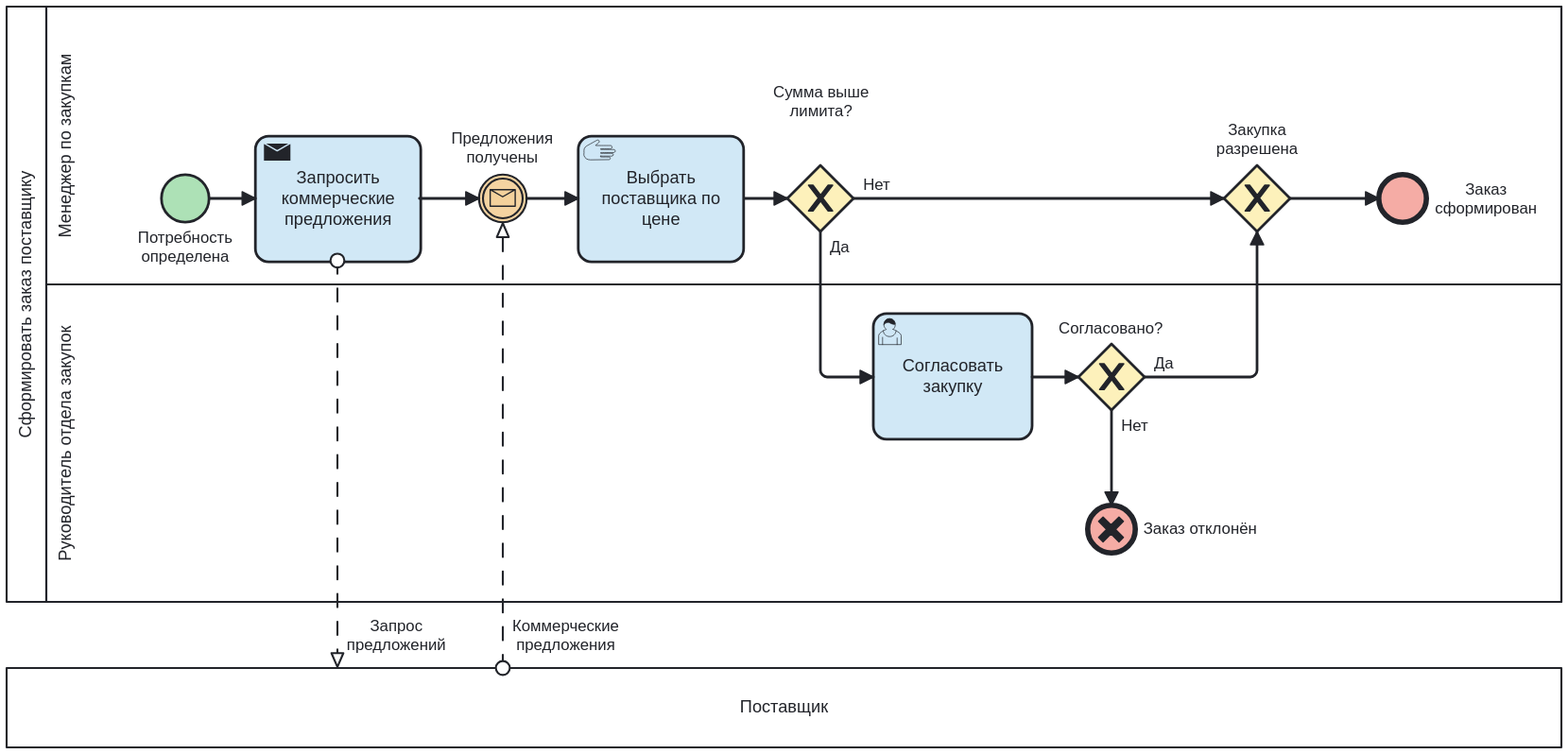
Above: img/podbor_as_is.svg in VadFaipin1/sppr-vybor-postavshchika (BPMN), before the change. Its source is kept beside it as bpmn/podbor_as_is.bpmn. Ids are renumbered.
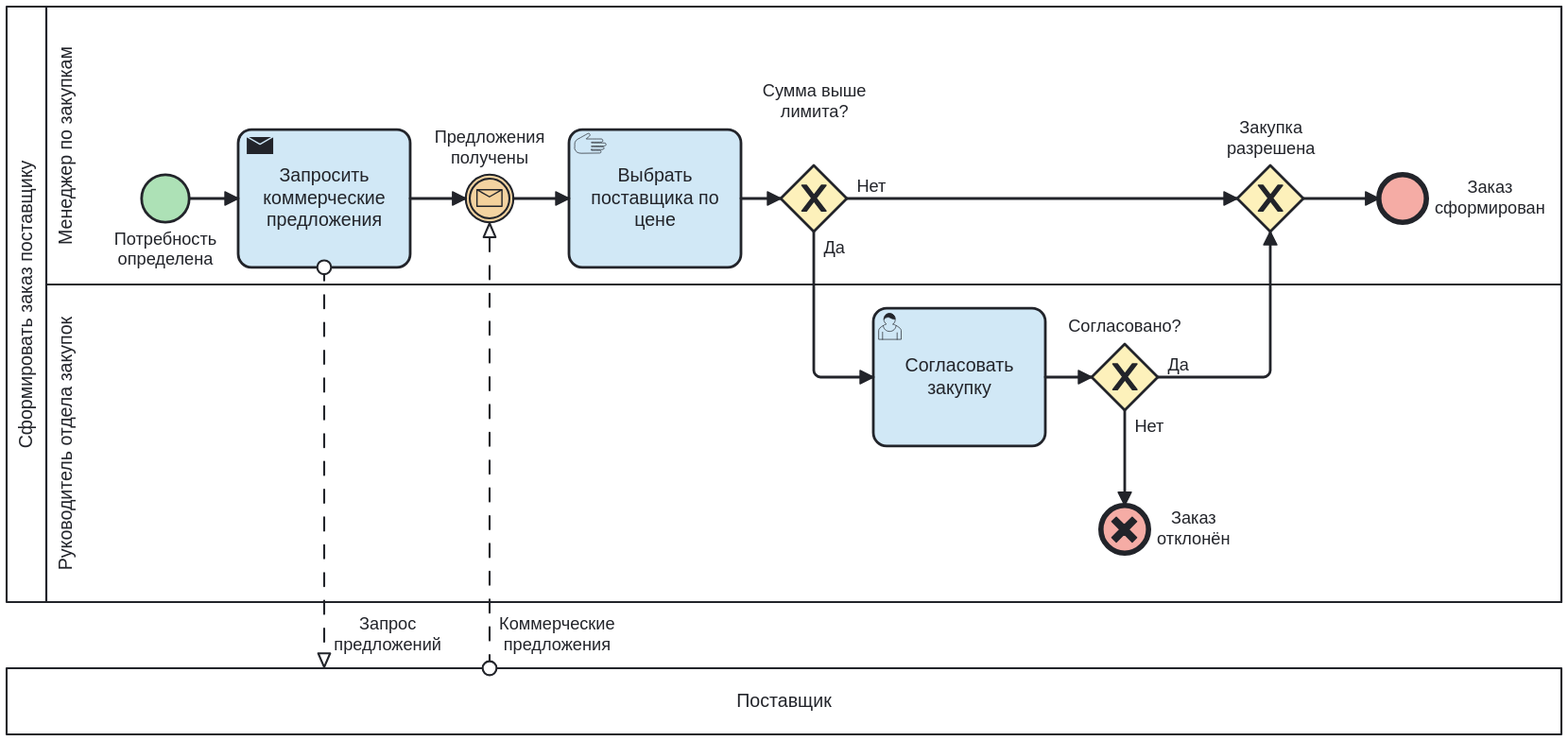
The same diagram one commit later.

Diff of the diagram source:
```diff
@@ -17,7 +17,7 @@
 <bpmn:exclusiveGateway id="Gateway_11" name="Сумма выше&#10;лимита?"><bpmn:incoming>Flow_21</bpmn:incoming><bpmn:outgoing>Flow_22</bpmn:outgoing><bpmn:outgoing>Flow_26</bpmn:outgoing></bpmn:exclusiveGateway>
 <bpmn:userTask id="Activity_12" name="Согласовать закупку"><bpmn:incoming>Flow_22</bpmn:incoming><bpmn:outgoing>Flow_23</bpmn:outgoing></bpmn:userTask>
 <bpmn:exclusiveGateway id="Gateway_13" name="Согласовано?"><bpmn:incoming>Flow_23</bpmn:incoming><bpmn:outgoing>Flow_24</bpmn:outgoing><bpmn:outgoing>Flow_25</bpmn:outgoing></bpmn:exclusiveGateway>
-<bpmn:endEvent id="Event_14" name="Заказ отклонён"><bpmn:incoming>Flow_24</bpmn:incoming><bpmn:cancelEventDefinition id="EventDefinition_15" /></bpmn:endEvent>
+<bpmn:endEvent id="Event_14" name="Заказ&#10;отклонён"><bpmn:incoming>Flow_24</bpmn:incoming><bpmn:cancelEventDefinition id="EventDefinition_15" /></bpmn:endEvent>
 <bpmn:exclusiveGateway id="Gateway_16" name="Закупка&#10;разрешена"><bpmn:incoming>Flow_25</bpmn:incoming><bpmn:incoming>Flow_26</bpmn:incoming><bpmn:outgoing>Flow_27</bpmn:outgoing></bpmn:exclusiveGateway>
 <bpmn:endEvent id="Event_17" name="Заказ&#10;сформирован"><bpmn:incoming>Flow_27</bpmn:incoming></bpmn:endEvent>
 <bpmn:sequenceFlow id="Flow_18" sourceRef="Event_06" targetRef="Activity_07" />
@@ -36,29 +36,29 @@
 <bpmndi:BPMNShape id="Participant_01_di" bpmnElement="Participant_01" isHorizontal="true"><dc:Bounds x="0" y="0" width="1175" height="450" /></bpmndi:BPMNShape>
 <bpmndi:BPMNShape id="Lane_03_di" bpmnElement="Lane_03" isHorizontal="true"><dc:Bounds x="30" y="0" width="1145" height="210" /></bpmndi:BPMNShape>
 <bpmndi:BPMNShape id="Lane_04_di" bpmnElement="Lane_04" isHorizontal="true"><dc:Bounds x="30" y="210" width="1145" height="240" /></bpmndi:BPMNShape>
-<bpmndi:BPMNShape id="Participant_05_di" bpmnElement="Participant_05" isHorizontal="true"><dc:Bounds x="0" y="500" width="1175" height="60" /></bpmndi:BPMNShape>
-<bpmndi:BPMNShape bioc:fill="#a9e0b3" color:background-color="#a9e0b3" id="Event_06_di" bpmnElement="Event_06"><dc:Bounds x="117" y="127" width="36" height="36" /><bpmndi:BPMNLabel><dc:Bounds x="99" y="168" width="72" height="29" /></bpmndi:BPMNLabel></bpmndi:BPMNShape>
-<bpmndi:BPMNShape bioc:fill="#cfe7f6" color:background-color="#cfe7f6" id="Activity_07_di" bpmnElement="Activity_07"><dc:Bounds x="188" y="98" width="125" height="95" /></bpmndi:BPMNShape>
-<bpmndi:BPMNShape bioc:fill="#f4d19c" color:background-color="#f4d19c" id="Event_08_di" bpmnElement="Event_08"><dc:Bounds x="357" y="127" width="36" height="36" /><bpmndi:BPMNLabel><dc:Bounds x="336" y="93" width="77" height="29" /></bpmndi:BPMNLabel></bpmndi:BPMNShape>
-<bpmndi:BPMNShape bioc:fill="#cfe7f6" color:background-color="#cfe7f6" id="Activity_10_di" bpmnElement="Activity_10"><dc:Bounds x="432" y="98" width="125" height="95" /></bpmndi:BPMNShape>
-<bpmndi:BPMNShape bioc:fill="#fdf1b8" color:background-color="#fdf1b8" id="Gateway_11_di" bpmnElement="Gateway_11" isMarkerVisible="true"><dc:Bounds x="590" y="120" width="50" height="50" /><bpmndi:BPMNLabel><dc:Bounds x="579" y="58" width="72" height="29" /></bpmndi:BPMNLabel></bpmndi:BPMNShape>
-<bpmndi:BPMNShape bioc:fill="#cfe7f6" color:background-color="#cfe7f6" id="Activity_12_di" bpmnElement="Activity_12"><dc:Bounds x="655" y="232" width="120" height="95" /></bpmndi:BPMNShape>
-<bpmndi:BPMNShape bioc:fill="#fdf1b8" color:background-color="#fdf1b8" id="Gateway_13_di" bpmnElement="Gateway_13" isMarkerVisible="true"><dc:Bounds x="810" y="255" width="50" height="50" /><bpmndi:BPMNLabel><dc:Bounds x="795" y="236" width="79" height="14" /></bpmndi:BPMNLabel></bpmndi:BPMNShape>
-<bpmndi:BPMNShape bioc:fill="#f5a8a1" color:background-color="#f5a8a1" id="Event_14_di" bpmnElement="Event_14"><dc:Bounds x="817" y="377" width="36" height="36" /><bpmndi:BPMNLabel><dc:Bounds x="859" y="388" width="86" height="14" /></bpmndi:BPMNLabel></bpmndi:BPMNShape>
-<bpmndi:BPMNShape bioc:fill="#fdf1b8" color:background-color="#fdf1b8" id="Gateway_16_di" bpmnElement="Gateway_16" isMarkerVisible="true"><dc:Bounds x="920" y="120" width="50" height="50" /><bpmndi:BPMNLabel><dc:Bounds x="914" y="86" width="62" height="29" /></bpmndi:BPMNLabel></bpmndi:BPMNShape>
-<bpmndi:BPMNShape bioc:fill="#f5a8a1" color:background-color="#f5a8a1" id="Event_17_di" bpmnElement="Event_17"><dc:Bounds x="1037" y="127" width="36" height="36" /><bpmndi:BPMNLabel><dc:Bounds x="1079" y="131" width="77" height="29" /></bpmndi:BPMNLabel></bpmndi:BPMNShape>
-<bpmndi:BPMNEdge id="Flow_18_di" bpmnElement="Flow_18"><di:waypoint x="153" y="145" /><di:waypoint x="188" y="145" /></bpmndi:BPMNEdge>
-<bpmndi:BPMNEdge id="Flow_19_di" bpmnElement="Flow_19"><di:waypoint x="312" y="145" /><di:waypoint x="357" y="145" /></bpmndi:BPMNEdge>
-<bpmndi:BPMNEdge id="Flow_20_di" bpmnElement="Flow_20"><di:waypoint x="393" y="145" /><di:waypoint x="432" y="145" /></bpmndi:BPMNEdge>
-<bpmndi:BPMNEdge id="Flow_21_di" bpmnElement="Flow_21"><di:waypoint x="558" y="145" /><di:waypoint x="590" y="145" /></bpmndi:BPMNEdge>
-<bpmndi:BPMNEdge id="Flow_22_di" bpmnElement="Flow_22"><di:waypoint x="615" y="170" /><di:waypoint x="615" y="280" /><di:waypoint x="655" y="280" /><bpmndi:BPMNLabel><dc:Bounds x="621" y="175" width="17" height="14" /></bpmndi:BPMNLabel></bpmndi:BPMNEdge>
-<bpmndi:BPMNEdge id="Flow_23_di" bpmnElement="Flow_23"><di:waypoint x="775" y="280" /><di:waypoint x="810" y="280" /></bpmndi:BPMNEdge>
-<bpmndi:BPMNEdge id="Flow_24_di" bpmnElement="Flow_24"><di:waypoint x="835" y="305" /><di:waypoint x="835" y="377" /><bpmndi:BPMNLabel><dc:Bounds x="841" y="310" width="23" height="14" /></bpmndi:BPMNLabel></bpmndi:BPMNEdge>
-<bpmndi:BPMNEdge id="Flow_25_di" bpmnElement="Flow_25"><di:waypoint x="860" y="280" /><di:waypoint x="945" y="280" /><di:waypoint x="945" y="170" /><bpmndi:BPMNLabel><dc:Bounds x="866" y="263" width="17" height="14" /></bpmndi:BPMNLabel></bpmndi:BPMNEdge>
-<bpmndi:BPMNEdge id="Flow_26_di" bpmnElement="Flow_26"><di:waypoint x="640" y="145" /><di:waypoint x="920" y="145" /><bpmndi:BPMNLabel><dc:Bounds x="646" y="128" width="23" height="14" /></bpmndi:BPMNLabel></bpmndi:BPMNEdge>
-<bpmndi:BPMNEdge id="Flow_27_di" bpmnElement="Flow_27"><di:waypoint x="970" y="145" /><di:waypoint x="1037" y="145" /></bpmndi:BPMNEdge>
-<bpmndi:BPMNEdge id="MessageFlow_28_di" bpmnElement="MessageFlow_28"><di:waypoint x="250" y="192" /><di:waypoint x="250" y="500" /><bpmndi:BPMNLabel><dc:Bounds x="256" y="461" width="77" height="29" /></bpmndi:BPMNLabel></bpmndi:BPMNEdge>
-<bpmndi:BPMNEdge id="MessageFlow_29_di" bpmnElement="MessageFlow_29"><di:waypoint x="375" y="500" /><di:waypoint x="375" y="163" /><bpmndi:BPMNLabel><dc:Bounds x="381" y="461" width="83" height="29" /></bpmndi:BPMNLabel></bpmndi:BPMNEdge>
+<bpmndi:BPMNShape id="Participant_05_di" bpmnElement="Participant_05" isHorizontal="true"><dc:Bounds x="0" y="500" width="1175" height="50" /></bpmndi:BPMNShape>
+<bpmndi:BPMNShape bioc:fill="#a9e0b3" color:background-color="#a9e0b3" id="Event_06_di" bpmnElement="Event_06"><dc:Bounds x="102" y="127" width="36" height="36" /><bpmndi:BPMNLabel><dc:Bounds x="81" y="168" width="78" height="31" /></bpmndi:BPMNLabel></bpmndi:BPMNShape>
+<bpmndi:BPMNShape bioc:fill="#cfe7f6" color:background-color="#cfe7f6" id="Activity_07_di" bpmnElement="Activity_07"><dc:Bounds x="175" y="93" width="130" height="104" /></bpmndi:BPMNShape>
+<bpmndi:BPMNShape bioc:fill="#f4d19c" color:background-color="#f4d19c" id="Event_08_di" bpmnElement="Event_08"><dc:Bounds x="347" y="127" width="36" height="36" /><bpmndi:BPMNLabel><dc:Bounds x="323" y="91" width="84" height="31" /></bpmndi:BPMNLabel></bpmndi:BPMNShape>
+<bpmndi:BPMNShape bioc:fill="#cfe7f6" color:background-color="#cfe7f6" id="Activity_10_di" bpmnElement="Activity_10"><dc:Bounds x="425" y="93" width="130" height="104" /></bpmndi:BPMNShape>
+<bpmndi:BPMNShape bioc:fill="#fdf1b8" color:background-color="#fdf1b8" id="Gateway_11_di" bpmnElement="Gateway_11" isMarkerVisible="true"><dc:Bounds x="585" y="120" width="50" height="50" /><bpmndi:BPMNLabel><dc:Bounds x="571" y="56" width="79" height="31" /></bpmndi:BPMNLabel></bpmndi:BPMNShape>
+<bpmndi:BPMNShape bioc:fill="#cfe7f6" color:background-color="#cfe7f6" id="Activity_12_di" bpmnElement="Activity_12"><dc:Bounds x="655" y="228" width="130" height="104" /></bpmndi:BPMNShape>
+<bpmndi:BPMNShape bioc:fill="#fdf1b8" color:background-color="#fdf1b8" id="Gateway_13_di" bpmnElement="Gateway_13" isMarkerVisible="true"><dc:Bounds x="820" y="255" width="50" height="50" /><bpmndi:BPMNLabel><dc:Bounds x="802" y="234" width="86" height="16" /></bpmndi:BPMNLabel></bpmndi:BPMNShape>
+<bpmndi:BPMNShape bioc:fill="#f5a8a1" color:background-color="#f5a8a1" id="Event_14_di" bpmnElement="Event_14"><dc:Bounds x="827" y="377" width="36" height="36" /><bpmndi:BPMNLabel><dc:Bounds x="869" y="379" width="55" height="31" /></bpmndi:BPMNLabel></bpmndi:BPMNShape>
+<bpmndi:BPMNShape bioc:fill="#fdf1b8" color:background-color="#fdf1b8" id="Gateway_16_di" bpmnElement="Gateway_16" isMarkerVisible="true"><dc:Bounds x="930" y="120" width="50" height="50" /><bpmndi:BPMNLabel><dc:Bounds x="922" y="84" width="67" height="31" /></bpmndi:BPMNLabel></bpmndi:BPMNShape>
+<bpmndi:BPMNShape bioc:fill="#f5a8a1" color:background-color="#f5a8a1" id="Event_17_di" bpmnElement="Event_17"><dc:Bounds x="1037" y="127" width="36" height="36" /><bpmndi:BPMNLabel><dc:Bounds x="1079" y="129" width="84" height="31" /></bpmndi:BPMNLabel></bpmndi:BPMNShape>
+<bpmndi:BPMNEdge id="Flow_18_di" bpmnElement="Flow_18"><di:waypoint x="138" y="145" /><di:waypoint x="175" y="145" /></bpmndi:BPMNEdge>
+<bpmndi:BPMNEdge id="Flow_19_di" bpmnElement="Flow_19"><di:waypoint x="305" y="145" /><di:waypoint x="347" y="145" /></bpmndi:BPMNEdge>
+<bpmndi:BPMNEdge id="Flow_20_di" bpmnElement="Flow_20"><di:waypoint x="383" y="145" /><di:waypoint x="425" y="145" /></bpmndi:BPMNEdge>
+<bpmndi:BPMNEdge id="Flow_21_di" bpmnElement="Flow_21"><di:waypoint x="555" y="145" /><di:waypoint x="585" y="145" /></bpmndi:BPMNEdge>
+<bpmndi:BPMNEdge id="Flow_22_di" bpmnElement="Flow_22"><di:waypoint x="610" y="170" /><di:waypoint x="610" y="280" /><di:waypoint x="655" y="280" /><bpmndi:BPMNLabel><dc:Bounds x="616" y="175" width="18" height="16" /></bpmndi:BPMNLabel></bpmndi:BPMNEdge>
+<bpmndi:BPMNEdge id="Flow_23_di" bpmnElement="Flow_23"><di:waypoint x="785" y="280" /><di:waypoint x="820" y="280" /></bpmndi:BPMNEdge>
+<bpmndi:BPMNEdge id="Flow_24_di" bpmnElement="Flow_24"><di:waypoint x="845" y="305" /><di:waypoint x="845" y="377" /><bpmndi:BPMNLabel><dc:Bounds x="851" y="310" width="25" height="16" /></bpmndi:BPMNLabel></bpmndi:BPMNEdge>
+<bpmndi:BPMNEdge id="Flow_25_di" bpmnElement="Flow_25"><di:waypoint x="870" y="280" /><di:waypoint x="955" y="280" /><di:waypoint x="955" y="170" /><bpmndi:BPMNLabel><dc:Bounds x="876" y="263" width="18" height="16" /></bpmndi:BPMNLabel></bpmndi:BPMNEdge>
+<bpmndi:BPMNEdge id="Flow_26_di" bpmnElement="Flow_26"><di:waypoint x="635" y="145" /><di:waypoint x="930" y="145" /><bpmndi:BPMNLabel><dc:Bounds x="641" y="128" width="25" height="16" /></bpmndi:BPMNLabel></bpmndi:BPMNEdge>
+<bpmndi:BPMNEdge id="Flow_27_di" bpmnElement="Flow_27"><di:waypoint x="980" y="145" /><di:waypoint x="1037" y="145" /></bpmndi:BPMNEdge>
+<bpmndi:BPMNEdge id="MessageFlow_28_di" bpmnElement="MessageFlow_28"><di:waypoint x="240" y="197" /><di:waypoint x="240" y="500" /><bpmndi:BPMNLabel><dc:Bounds x="246" y="459" width="84" height="31" /></bpmndi:BPMNLabel></bpmndi:BPMNEdge>
+<bpmndi:BPMNEdge id="MessageFlow_29_di" bpmnElement="MessageFlow_29"><di:waypoint x="365" y="500" /><di:waypoint x="365" y="163" /><bpmndi:BPMNLabel><dc:Bounds x="371" y="459" width="90" height="31" /></bpmndi:BPMNLabel></bpmndi:BPMNEdge>
 </bpmndi:BPMNPlane>
 </bpmndi:BPMNDiagram>
 </bpmn:definitions>
```
